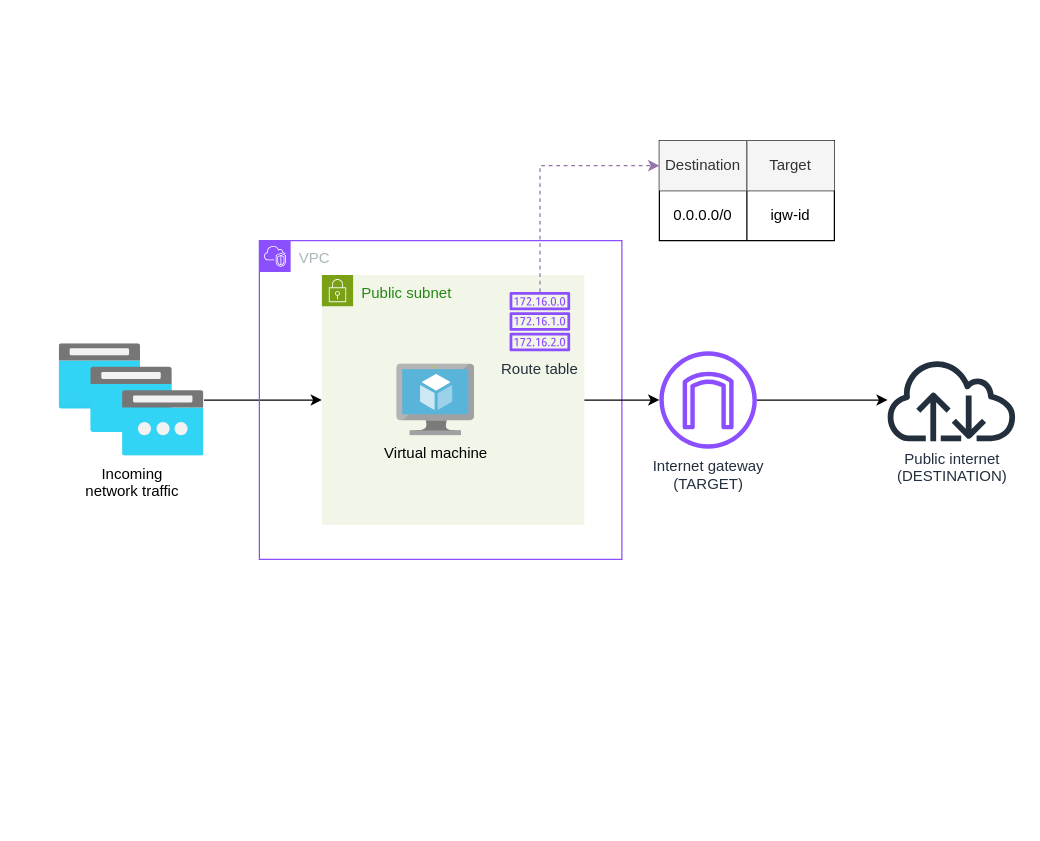
gmarti-web/gmarti-web.github.io keeps this draw.io diagram as assets/images/portfolio/hubandspoke/raw/route-table-example.drawio. Above is the earlier version. Source tidied: cells renumbered, new cells numbered last; positions are measured from the earlier drawing's top-left corner, leaving out a move shared by most shapes. Both pictures are drawn from the tidied source at 125%, with x=0, y=0 at pixel (59, 140).
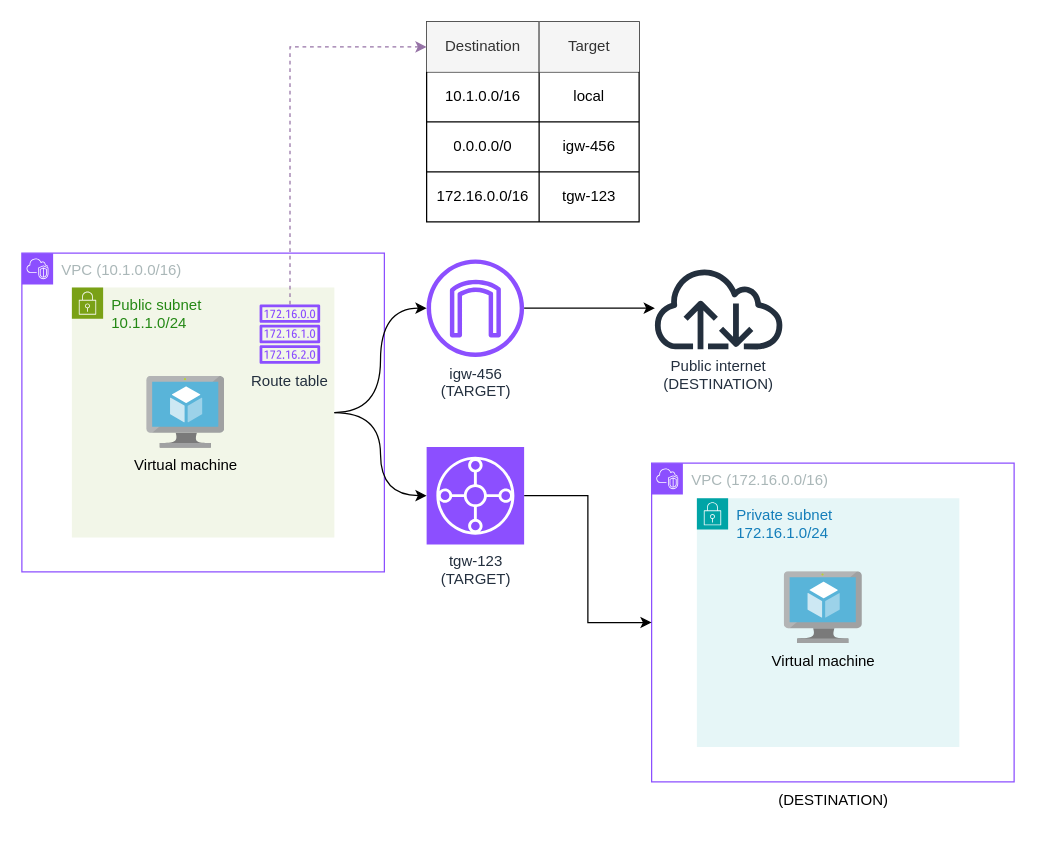
The same diagram, later.

The edit, as a diff of the source:
```diff
@@
-    <mxCell id="2" style="edgeStyle=orthogonalEdgeStyle;rounded=0;jettySize=auto;html=1;" parent="1" edge="1" source="3" target="5">
-      <mxGeometry relative="1" as="geometry" />
-    </mxCell>
-    <mxCell id="3" value="&lt;div&gt;Incoming&lt;/div&gt;&lt;div&gt;network traffic&lt;/div&gt;" style="image;html=1;points=[];align=center;fontSize=12;image=img/lib/azure2/networking/Public_IP_Prefixes.svg;" parent="1" vertex="1">
-      <mxGeometry y="162.5" width="115.7" height="90" as="geometry" />
-    </mxCell>
-    <mxCell id="4" value="VPC" style="gradientColor=none;html=1;whiteSpace=wrap;fontSize=12;fontStyle=0;shape=mxgraph.aws4.group;grIcon=mxgraph.aws4.group_vpc2;strokeColor=#8C4FFF;fillColor=none;verticalAlign=top;align=left;spacingLeft=30;fontColor=#AAB7B8;dashed=0;" parent="1" vertex="1">
-      <mxGeometry x="160" y="80" width="290" height="255" as="geometry" />
+    <mxCell id="4" value="VPC (10.1.0.0/16)" style="gradientColor=none;html=1;whiteSpace=wrap;fontSize=12;fontStyle=0;shape=mxgraph.aws4.group;grIcon=mxgraph.aws4.group_vpc2;strokeColor=#8C4FFF;fillColor=none;verticalAlign=top;align=left;spacingLeft=30;fontColor=#AAB7B8;dashed=0;" parent="1" vertex="1">
+      <mxGeometry x="-30" y="90" width="290" height="255" as="geometry" />
     </mxCell>
-    <mxCell id="5" value="Public subnet" style="points=[[0,0],[0.25,0],[0.5,0],[0.75,0],[1,0],[1,0.25],[1,0.5],[1,0.75],[1,1],[0.75,1],[0.5,1],[0.25,1],[0,1],[0,0.75],[0,0.5],[0,0.25]];outlineConnect=0;gradientColor=none;html=1;whiteSpace=wrap;fontSize=12;fontStyle=0;shape=mxgraph.aws4.group;grIcon=mxgraph.aws4.group_security_group;grStroke=0;strokeColor=#7AA116;fillColor=#F2F6E8;verticalAlign=top;align=left;spacingLeft=30;fontColor=#248814;dashed=0;" parent="4" vertex="1">
-      <mxGeometry x="50" y="27.5" width="210" height="200" as="geometry" />
+    <mxCell id="5" value="&lt;div&gt;Public subnet&lt;/div&gt;&lt;div&gt;10.1.1.0/24&lt;/div&gt;" style="points=[[0,0],[0.25,0],[0.5,0],[0.75,0],[1,0],[1,0.25],[1,0.5],[1,0.75],[1,1],[0.75,1],[0.5,1],[0.25,1],[0,1],[0,0.75],[0,0.5],[0,0.25]];outlineConnect=0;gradientColor=none;html=1;whiteSpace=wrap;fontSize=12;fontStyle=0;shape=mxgraph.aws4.group;grIcon=mxgraph.aws4.group_security_group;grStroke=0;strokeColor=#7AA116;fillColor=#F2F6E8;verticalAlign=top;align=left;spacingLeft=30;fontColor=#248814;dashed=0;" parent="4" vertex="1">
+      <mxGeometry x="40" y="27.5" width="210" height="200" as="geometry" />
     </mxCell>
@@
-    <mxCell id="9" value="&lt;div&gt;Internet gateway&lt;/div&gt;&lt;div&gt;(TARGET)&lt;/div&gt;" style="sketch=0;outlineConnect=0;fontColor=#232F3E;gradientColor=none;fillColor=#8C4FFF;strokeColor=none;dashed=0;verticalLabelPosition=bottom;verticalAlign=top;align=center;html=1;fontSize=12;fontStyle=0;shape=mxgraph.aws4.internet_gateway;" parent="1" vertex="1">
-      <mxGeometry x="480" y="168.5" width="78" height="78" as="geometry" />
+    <mxCell id="9" value="&lt;div&gt;igw-456&lt;/div&gt;&lt;div&gt;(TARGET)&lt;/div&gt;" style="sketch=0;outlineConnect=0;fontColor=#232F3E;gradientColor=none;fillColor=#8C4FFF;strokeColor=none;dashed=0;verticalLabelPosition=bottom;verticalAlign=top;align=center;html=1;fontSize=12;fontStyle=0;shape=mxgraph.aws4.internet_gateway;" parent="1" vertex="1">
+      <mxGeometry x="293.8" y="95" width="78" height="78" as="geometry" />
     </mxCell>
-    <mxCell id="10" style="edgeStyle=orthogonalEdgeStyle;rounded=0;jettySize=auto;html=1;" parent="1" edge="1" source="5" target="9">
+    <mxCell id="10" style="edgeStyle=orthogonalEdgeStyle;rounded=0;jettySize=auto;html=1;curved=1;" parent="1" edge="1" source="5" target="9">
       <mxGeometry relative="1" as="geometry" />
     </mxCell>
     <mxCell id="11" value="&lt;div&gt;Public internet&lt;/div&gt;&lt;div&gt;(DESTINATION)&lt;/div&gt;" style="sketch=0;outlineConnect=0;fontColor=#232F3E;gradientColor=none;fillColor=#232F3D;strokeColor=none;dashed=0;verticalLabelPosition=bottom;verticalAlign=top;align=center;html=1;fontSize=12;fontStyle=0;shape=mxgraph.aws4.internet;" parent="1" vertex="1">
-      <mxGeometry x="660" y="174.5" width="107.2" height="66" as="geometry" />
+      <mxGeometry x="473.8" y="101" width="107.2" height="66" as="geometry" />
     </mxCell>
     <mxCell id="12" style="shape=table;startSize=0;childLayout=tableLayout;" parent="1" vertex="1">
-      <mxGeometry x="480" width="140" height="80" as="geometry" />
+      <mxGeometry x="293.8" y="-95" width="170" height="160" as="geometry" />
     </mxCell>
     <mxCell id="13" style="shape=tableRow;horizontal=0;startSize=0;swimlaneHead=0;swimlaneBody=0;strokeColor=inherit;top=0;left=0;bottom=0;right=0;fillColor=none;points=[[0,0.5],[1,0.5]];portConstraint=eastwest;" parent="12" vertex="1">
-      <mxGeometry width="140" height="40" as="geometry" />
+      <mxGeometry width="170" height="40" as="geometry" />
     </mxCell>
     <mxCell id="14" value="Destination" style="shape=partialRectangle;html=1;whiteSpace=wrap;strokeColor=#666666;overflow=hidden;fillColor=#f5f5f5;top=0;left=0;bottom=0;right=1;align=center;fontColor=#333333;" parent="13" vertex="1">
-      <mxGeometry width="70" height="40" as="geometry" />
+      <mxGeometry width="90" height="40" as="geometry" />
     </mxCell>
     <mxCell id="15" value="Target" style="shape=partialRectangle;html=1;whiteSpace=wrap;strokeColor=#666666;overflow=hidden;fillColor=#f5f5f5;top=0;left=1;bottom=0;right=0;fontColor=#333333;" parent="13" vertex="1">
-      <mxGeometry x="70" width="70" height="40" as="geometry" />
+      <mxGeometry x="90" width="80" height="40" as="geometry" />
     </mxCell>
+    <mxCell id="20" style="shape=tableRow;horizontal=0;startSize=0;swimlaneHead=0;swimlaneBody=0;strokeColor=inherit;top=0;left=0;bottom=0;right=0;fillColor=none;" parent="12" vertex="1">
+      <mxGeometry y="40" width="170" height="40" as="geometry" />
+    </mxCell>
+    <mxCell id="21" value="10.1.0.0/16" style="shape=partialRectangle;html=1;whiteSpace=wrap;strokeColor=inherit;overflow=hidden;fillColor=none;top=0;left=0;bottom=0;right=0;" parent="20" vertex="1">
+      <mxGeometry width="90" height="40" as="geometry" />
+    </mxCell>
+    <mxCell id="22" value="local" style="shape=partialRectangle;html=1;whiteSpace=wrap;strokeColor=inherit;overflow=hidden;fillColor=none;top=0;left=0;bottom=0;right=0;" parent="20" vertex="1">
+      <mxGeometry x="90" width="80" height="40" as="geometry" />
+    </mxCell>
     <mxCell id="16" style="shape=tableRow;horizontal=0;startSize=0;swimlaneHead=0;swimlaneBody=0;strokeColor=inherit;top=0;left=0;bottom=0;right=0;fillColor=none;" parent="12" vertex="1">
-      <mxGeometry y="40" width="140" height="40" as="geometry" />
+      <mxGeometry y="80" width="170" height="40" as="geometry" />
     </mxCell>
     <mxCell id="17" value="0.0.0.0/0" style="shape=partialRectangle;html=1;whiteSpace=wrap;strokeColor=inherit;overflow=hidden;fillColor=none;top=0;left=0;bottom=0;right=0;" parent="16" vertex="1">
-      <mxGeometry width="70" height="40" as="geometry" />
+      <mxGeometry width="90" height="40" as="geometry" />
     </mxCell>
-    <mxCell id="18" value="igw-id" style="shape=partialRectangle;html=1;whiteSpace=wrap;strokeColor=inherit;overflow=hidden;fillColor=none;top=0;left=0;bottom=0;right=0;" parent="16" vertex="1">
-      <mxGeometry x="70" width="70" height="40" as="geometry" />
+    <mxCell id="18" value="igw-456" style="shape=partialRectangle;html=1;whiteSpace=wrap;strokeColor=inherit;overflow=hidden;fillColor=none;top=0;left=0;bottom=0;right=0;" parent="16" vertex="1">
+      <mxGeometry x="90" width="80" height="40" as="geometry" />
     </mxCell>
+    <mxCell id="23" style="shape=tableRow;horizontal=0;startSize=0;swimlaneHead=0;swimlaneBody=0;strokeColor=inherit;top=0;left=0;bottom=0;right=0;fillColor=none;" parent="12" vertex="1">
+      <mxGeometry y="120" width="170" height="40" as="geometry" />
+    </mxCell>
+    <mxCell id="24" value="172.16.0.0/16" style="shape=partialRectangle;html=1;whiteSpace=wrap;strokeColor=inherit;overflow=hidden;fillColor=none;top=0;left=0;bottom=0;right=0;" parent="23" vertex="1">
+      <mxGeometry width="90" height="40" as="geometry" />
+    </mxCell>
+    <mxCell id="25" value="tgw-123" style="shape=partialRectangle;html=1;whiteSpace=wrap;strokeColor=inherit;overflow=hidden;fillColor=none;top=0;left=0;bottom=0;right=0;" parent="23" vertex="1">
+      <mxGeometry x="90" width="80" height="40" as="geometry" />
+    </mxCell>
@@
+    <mxCell id="26" value="VPC (172.16.0.0/16)" style="points=[[0,0],[0.25,0],[0.5,0],[0.75,0],[1,0],[1,0.25],[1,0.5],[1,0.75],[1,1],[0.75,1],[0.5,1],[0.25,1],[0,1],[0,0.75],[0,0.5],[0,0.25]];outlineConnect=0;gradientColor=none;html=1;whiteSpace=wrap;fontSize=12;fontStyle=0;shape=mxgraph.aws4.group;grIcon=mxgraph.aws4.group_vpc2;strokeColor=#8C4FFF;fillColor=none;verticalAlign=top;align=left;spacingLeft=30;fontColor=#AAB7B8;dashed=0;" parent="1" vertex="1">
+      <mxGeometry x="473.8" y="258" width="290" height="255" as="geometry" />
+    </mxCell>
+    <mxCell id="27" value="&lt;div&gt;Private subnet&lt;/div&gt;&lt;div&gt;172.16.1.0/24&lt;/div&gt;" style="gradientColor=none;html=1;whiteSpace=wrap;fontSize=12;fontStyle=0;shape=mxgraph.aws4.group;grIcon=mxgraph.aws4.group_security_group;grStroke=0;strokeColor=#00A4A6;fillColor=#E6F6F7;verticalAlign=top;align=left;spacingLeft=30;fontColor=#147EBA;dashed=0;" parent="26" vertex="1">
+      <mxGeometry x="36.2" y="28" width="210" height="199" as="geometry" />
+    </mxCell>
+    <mxCell id="28" value="Virtual machine" style="image;sketch=0;html=1;align=center;fontSize=12;image=img/lib/mscae/Virtual_Machine.svg;labelBackgroundColor=light-dark(#e6f6f7, #ededed);" parent="27" vertex="1">
+      <mxGeometry x="70" y="59" width="62.5" height="57.5" as="geometry" />
+    </mxCell>
+    <mxCell id="29" style="edgeStyle=orthogonalEdgeStyle;rounded=0;jettySize=auto;html=1;" parent="1" edge="1" source="30" target="26">
+      <mxGeometry relative="1" as="geometry" />
+    </mxCell>
+    <mxCell id="30" value="&lt;div&gt;tgw-123&lt;/div&gt;&lt;div&gt;(TARGET)&lt;/div&gt;" style="sketch=0;points=[[0,0,0],[0.25,0,0],[0.5,0,0],[0.75,0,0],[1,0,0],[0,1,0],[0.25,1,0],[0.5,1,0],[0.75,1,0],[1,1,0],[0,0.25,0],[0,0.5,0],[0,0.75,0],[1,0.25,0],[1,0.5,0],[1,0.75,0]];outlineConnect=0;fontColor=#232F3E;fillColor=#8C4FFF;strokeColor=#ffffff;dashed=0;verticalLabelPosition=bottom;verticalAlign=top;align=center;html=1;fontSize=12;fontStyle=0;shape=mxgraph.aws4.resourceIcon;resIcon=mxgraph.aws4.transit_gateway;" parent="1" vertex="1">
+      <mxGeometry x="293.8" y="245" width="78" height="78" as="geometry" />
+    </mxCell>
+    <mxCell id="31" style="edgeStyle=orthogonalEdgeStyle;rounded=0;jettySize=auto;html=1;curved=1;" parent="1" edge="1" source="5" target="30">
+      <mxGeometry relative="1" as="geometry" />
+    </mxCell>
+    <mxCell id="32" value="(DESTINATION)" style="text;html=1;align=center;verticalAlign=middle;strokeColor=none;fillColor=none;" parent="1" vertex="1">
+      <mxGeometry x="563.8" y="513" width="110" height="30" as="geometry" />
+    </mxCell>
```
